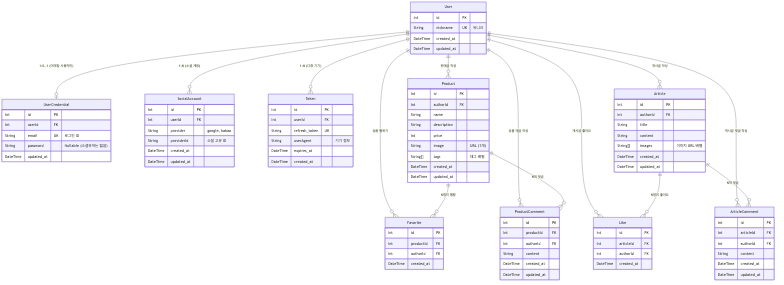
The Mermaid diagram sprint-mission-7/erd.png in GeonSoon1/6-sprint-mission, before a commit. Its source is kept beside it as sprint-mission-7/erd.mmd. Its diagram source:
```mermaid
erDiagram

    User {
        Int id PK
        String nickname UK "유니크"
        DateTime created_at
        DateTime updated_at
    }

    UserCredential {
        Int id PK
        Int userId FK
        String email UK "로그인 ID"
        String password "Nullable (소셜유저는 없음)"
        DateTime updated_at
    }

    SocialAccount {
        Int id PK
        Int userId FK
        String provider "google, kakao"
        String providerId "소셜 고유 ID"
        DateTime created_at
        DateTime updated_at
    }

    Token {
        Int id PK
        Int userId FK
        String refresh_token UK
        String userAgent "기기 정보"
        DateTime expires_at
        DateTime created_at
    }

    Product {
        Int id PK
        Int authorId FK
        String name
        String description
        Int price
        String image "URL (1개)"
        String[] tags "태그 배열"
        DateTime created_at
        DateTime updated_at
    }

    Favorite {
        Int id PK
        Int productId FK
        Int authorId FK
        DateTime created_at
    }

    ProductComment {
        Int id PK
        Int productId FK
        Int authorId FK
        String content
        DateTime created_at
        DateTime updated_at
    }

    Article {
        Int id PK
        Int authorId FK
        String title
        String content
        String[] images "이미지 URL 배열"
        DateTime created_at
        DateTime updated_at
    }

    Like {
        Int id PK
        Int articleId FK
        Int authorId FK
        DateTime created_at
    }

    ArticleComment {
        Int id PK
        Int articleId FK
        Int authorId FK
        String content
        DateTime created_at
        DateTime updated_at
    }

    User ||--o| UserCredential : "1:0..1 (이메일 사용자만)"
    User ||--o{ SocialAccount : "1:N (소셜 계정)"
    User ||--o{ Token : "1:N (다중 기기)"
    User ||--o{ Product : "판매글 작성"
    User ||--o{ ProductComment : "상품 댓글 작성"
    User ||--o{ Favorite : "상품 찜하기"
    User ||--o{ Article : "게시글 작성"
    User ||--o{ ArticleComment : "게시글 댓글 작성"
    User ||--o{ Like : "게시글 좋아요"
    Product ||--o{ Favorite : "N명이 찜함"
    Product ||--o{ ProductComment : "N개 댓글"
    Article ||--o{ Like : "N명이 좋아요"
    Article ||--o{ ArticleComment : "N개 댓글"
```
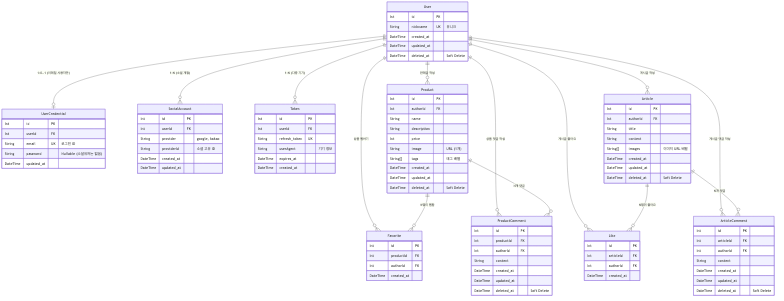
Above is the later version.

Commit message:
Add deleted_at column for soft delete functionality

The edit, as a diff of the source:
```diff
@@ -5,6 +5,7 @@
         String nickname UK "유니크"
         DateTime created_at
         DateTime updated_at
+        DateTime deleted_at "Soft Delete"
     }
 
     UserCredential {
@@ -43,6 +44,7 @@
         String[] tags "태그 배열"
         DateTime created_at
         DateTime updated_at
+        DateTime deleted_at "Soft Delete"
     }
 
     Favorite {
@@ -59,6 +61,7 @@
         String content
         DateTime created_at
         DateTime updated_at
+        DateTime deleted_at "Soft Delete"
     }
 
     Article {
@@ -69,6 +72,7 @@
         String[] images "이미지 URL 배열"
         DateTime created_at
         DateTime updated_at
+        DateTime deleted_at "Soft Delete"
     }
 
     Like {
@@ -85,6 +89,7 @@
         String content
         DateTime created_at
         DateTime updated_at
+        DateTime deleted_at "Soft Delete"
     }
 
     User ||--o| UserCredential : "1:0..1 (이메일 사용자만)"
```
